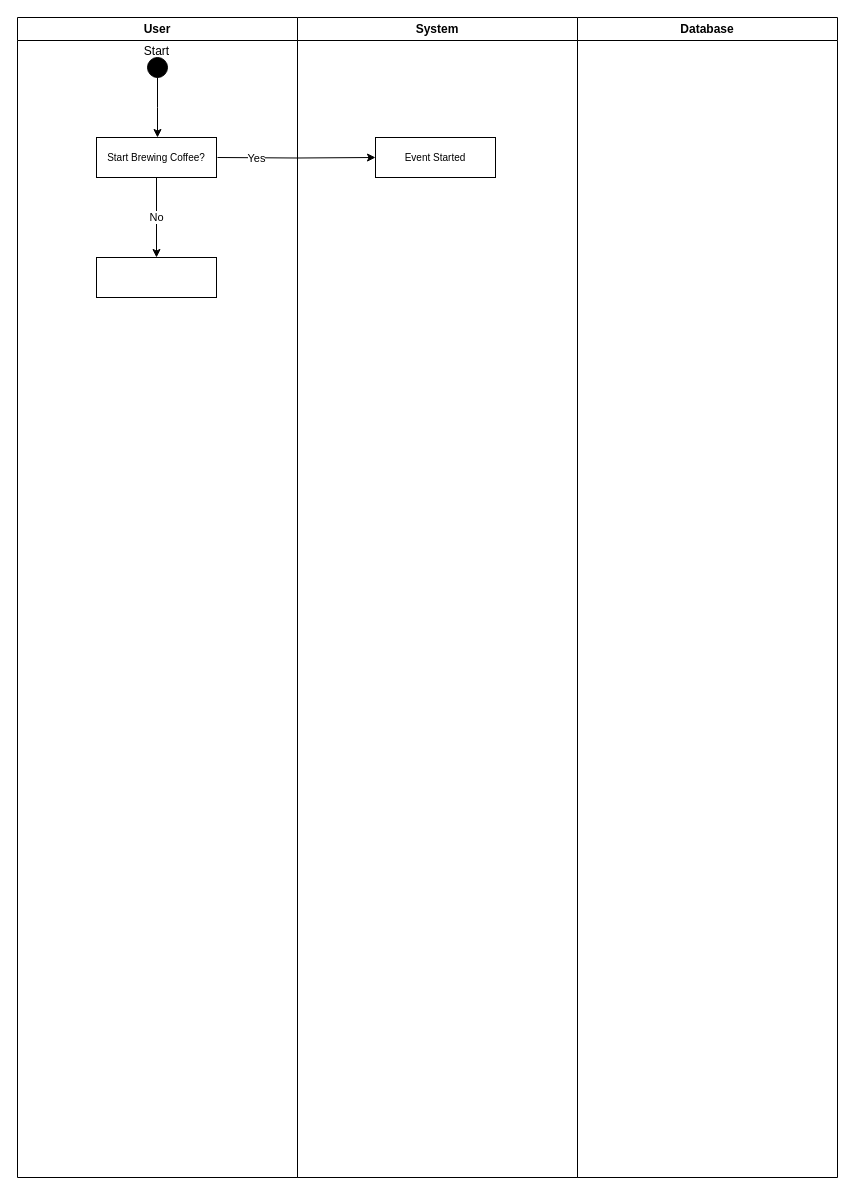
Before: diagrams/Activity_Diagram.drawio in martintara/kaffeknekt, a draw.io diagram. Source tidied: cells renumbered, new cells numbered last; positions are measured from the earlier drawing's top-left corner, leaving out a move shared by most shapes. Both pictures are drawn from the tidied source at 100%, with x=0, y=0 at pixel (17, 17).
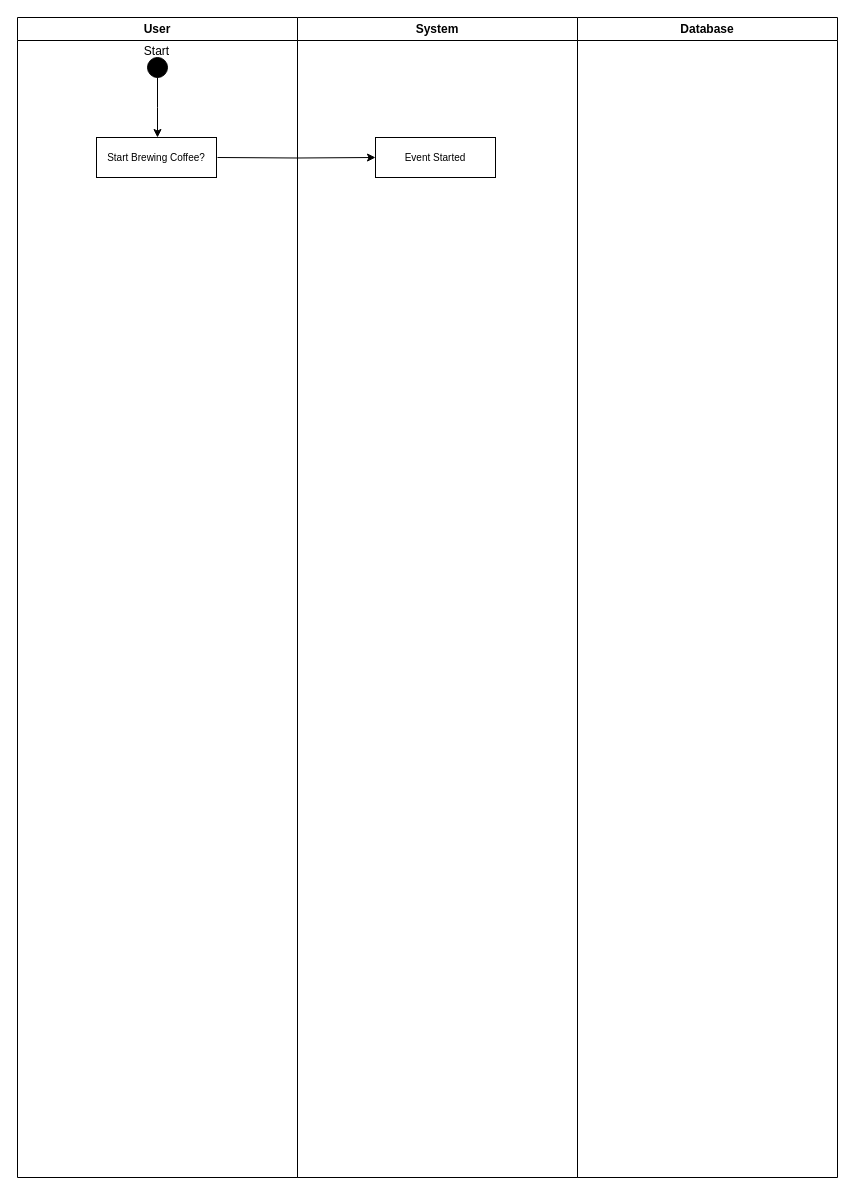
The same page after the edit.

Diff of the diagram source:
```diff
@@
 <mxGraphModel>
   <root>
     <mxCell id="0" />
     <mxCell id="1" parent="0" />
     <mxCell id="2" value="User" style="swimlane;whiteSpace=wrap;html=1;" parent="1" vertex="1">
       <mxGeometry width="280" height="1160" as="geometry" />
     </mxCell>
     <mxCell id="3" style="edgeStyle=orthogonalEdgeStyle;rounded=0;jettySize=auto;html=1;exitX=0.5;exitY=1;exitDx=0;exitDy=0;entryX=0.5;entryY=0;entryDx=0;entryDy=0;" parent="2" edge="1" source="4">
       <mxGeometry relative="1" as="geometry">
         <mxPoint x="140" y="120" as="targetPoint" />
       </mxGeometry>
     </mxCell>
     <mxCell id="4" style="ellipse;whiteSpace=wrap;html=1;fillColor=#000000;" parent="2" vertex="1">
       <mxGeometry x="130" y="40" width="20" height="20" as="geometry" />
     </mxCell>
-    <mxCell id="5" style="edgeStyle=orthogonalEdgeStyle;rounded=0;jettySize=auto;html=1;exitX=0.5;exitY=1;exitDx=0;exitDy=0;entryX=0.5;entryY=0;entryDx=0;entryDy=0;" parent="2" edge="1" source="7" target="8">
-      <mxGeometry relative="1" as="geometry" />
-    </mxCell>
-    <mxCell id="6" value="No" style="edgeLabel;html=1;align=center;verticalAlign=middle;" parent="5" vertex="1">
-      <mxGeometry x="-0.42" y="-1" relative="1" as="geometry">
-        <mxPoint y="16" as="offset" />
-      </mxGeometry>
-    </mxCell>
     <mxCell id="7" value="&lt;font style=&quot;font-size: 10px;&quot;&gt;Start Brewing Coffee?&lt;/font&gt;" style="rounded=0;whiteSpace=wrap;html=1;" parent="2" vertex="1">
       <mxGeometry x="79" y="120" width="120" height="40" as="geometry" />
     </mxCell>
-    <mxCell id="8" style="rounded=0;whiteSpace=wrap;html=1;" parent="2" vertex="1">
-      <mxGeometry x="79" y="240" width="120" height="40" as="geometry" />
-    </mxCell>
     <mxCell id="9" value="Database" style="swimlane;whiteSpace=wrap;html=1;" parent="1" vertex="1">
       <mxGeometry x="560" width="260" height="1160" as="geometry" />
     </mxCell>
     <mxCell id="10" value="System" style="swimlane;whiteSpace=wrap;html=1;" parent="1" vertex="1">
       <mxGeometry x="280" width="280" height="1160" as="geometry" />
     </mxCell>
     <mxCell id="11" value="&lt;font style=&quot;font-size: 10px;&quot;&gt;Event Started&lt;/font&gt;" style="rounded=0;whiteSpace=wrap;html=1;" parent="10" vertex="1">
       <mxGeometry x="78" y="120" width="120" height="40" as="geometry" />
     </mxCell>
     <mxCell id="12" value="Start" style="text;html=1;align=center;verticalAlign=middle;strokeColor=none;fillColor=none;" parent="1" vertex="1">
       <mxGeometry x="114" y="19" width="50" height="30" as="geometry" />
     </mxCell>
     <mxCell id="13" style="edgeStyle=orthogonalEdgeStyle;rounded=0;jettySize=auto;html=1;exitX=1;exitY=0.5;exitDx=0;exitDy=0;entryX=0;entryY=0.5;entryDx=0;entryDy=0;" parent="1" edge="1" target="11">
       <mxGeometry relative="1" as="geometry">
         <mxPoint x="200" y="140" as="sourcePoint" />
       </mxGeometry>
     </mxCell>
-    <mxCell id="14" value="Yes" style="edgeLabel;html=1;align=center;verticalAlign=middle;" parent="13" vertex="1">
-      <mxGeometry x="-0.7" relative="1" as="geometry">
-        <mxPoint x="15" as="offset" />
-      </mxGeometry>
-    </mxCell>
   </root>
 </mxGraphModel>
```
